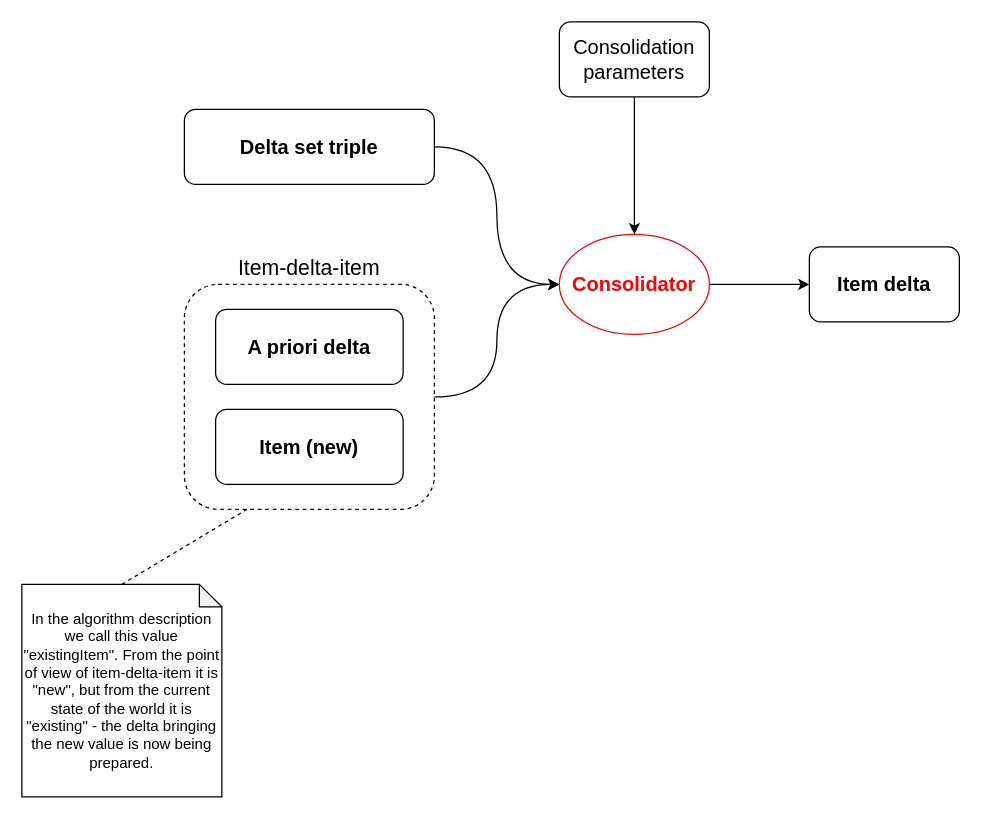
Before: midpoint/midprivacy/phases/01-data-provenance-prototype/processing/model/plain/mapping-sets/item consolidation.drawio in Evolveum/docs, a draw.io diagram. Source tidied: cells renumbered, new cells numbered last; positions are measured from the earlier drawing's top-left corner, leaving out a move shared by most shapes. Both pictures are drawn from the tidied source at 125%, with x=0, y=0 at pixel (21, 21).
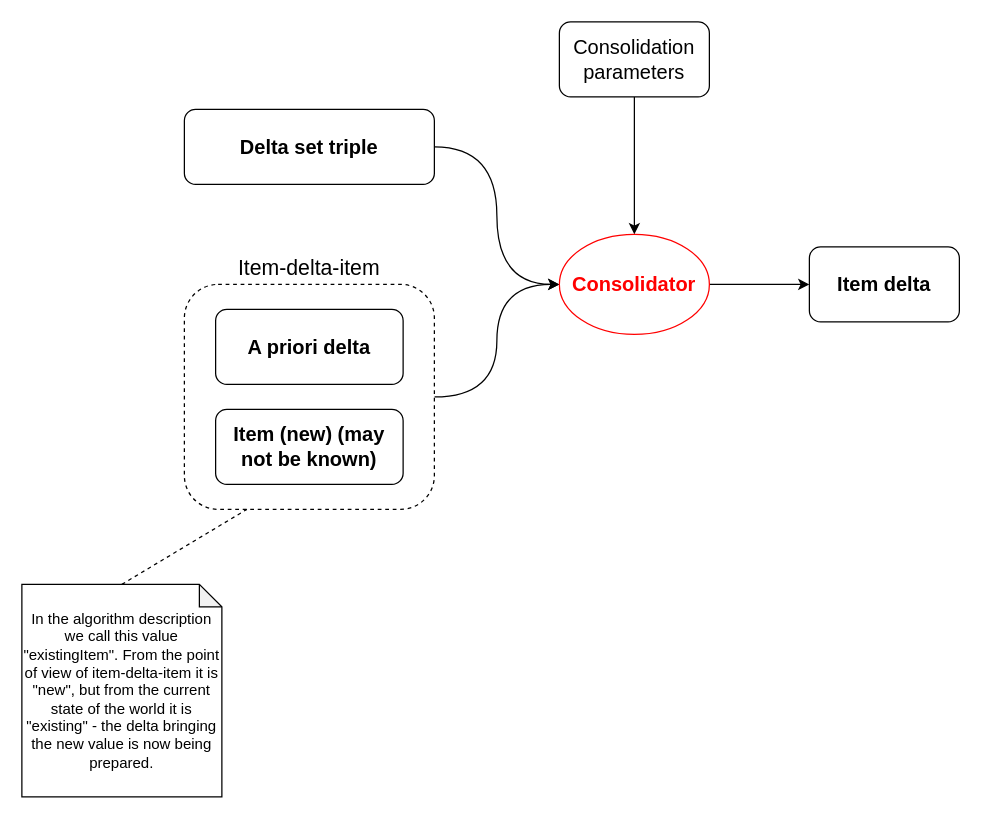
After the change.

Commit message (it also covers changes not shown here):
Update consolidation algorithm description

Change to the diagram source:
```diff
@@
 <mxGraphModel>
   <root>
     <mxCell id="0" />
     <mxCell id="1" parent="0" />
     <mxCell id="2" style="edgeStyle=orthogonalEdgeStyle;curved=1;rounded=0;jettySize=auto;html=1;exitX=1;exitY=0.5;exitDx=0;exitDy=0;" parent="1" edge="1" source="3" target="9">
       <mxGeometry relative="1" as="geometry" />
     </mxCell>
     <mxCell id="3" value="&lt;font style=&quot;font-size: 17px&quot;&gt;Item-delta-item&lt;/font&gt;" style="rounded=1;whiteSpace=wrap;html=1;labelPosition=center;verticalLabelPosition=top;align=center;verticalAlign=bottom;dashed=1;" parent="1" vertex="1">
       <mxGeometry x="130" y="210" width="200" height="180" as="geometry" />
     </mxCell>
-    <mxCell id="4" value="Item (new)" style="rounded=1;whiteSpace=wrap;html=1;fontSize=16;fontStyle=1;" parent="1" vertex="1">
+    <mxCell id="4" value="Item (new) (may not be known)" style="rounded=1;whiteSpace=wrap;html=1;fontSize=16;fontStyle=1;" parent="1" vertex="1">
       <mxGeometry x="155" y="310" width="150" height="60" as="geometry" />
     </mxCell>
     <mxCell id="5" style="edgeStyle=orthogonalEdgeStyle;rounded=0;jettySize=auto;html=1;exitX=1;exitY=0.5;exitDx=0;exitDy=0;entryX=0;entryY=0.5;entryDx=0;entryDy=0;curved=1;" parent="1" edge="1" source="6" target="9">
       <mxGeometry relative="1" as="geometry" />
     </mxCell>
     <mxCell id="6" value="Delta set triple" style="rounded=1;whiteSpace=wrap;html=1;fontSize=16;fontStyle=1;" parent="1" vertex="1">
       <mxGeometry x="130" y="70" width="200" height="60" as="geometry" />
     </mxCell>
     <mxCell id="7" value="A priori delta" style="rounded=1;whiteSpace=wrap;html=1;fontSize=16;fontStyle=1;" parent="1" vertex="1">
       <mxGeometry x="155" y="230" width="150" height="60" as="geometry" />
     </mxCell>
     <mxCell id="8" style="edgeStyle=orthogonalEdgeStyle;rounded=0;jettySize=auto;html=1;exitX=1;exitY=0.5;exitDx=0;exitDy=0;entryX=0;entryY=0.5;entryDx=0;entryDy=0;" parent="1" edge="1" source="9" target="12">
       <mxGeometry relative="1" as="geometry" />
     </mxCell>
     <mxCell id="9" value="&lt;div&gt;Consolidator&lt;/div&gt;" style="ellipse;whiteSpace=wrap;html=1;fontSize=16;fontColor=#FF0000;fontStyle=1;strokeColor=#FF0000;" parent="1" vertex="1">
       <mxGeometry x="430" y="170" width="120" height="80" as="geometry" />
     </mxCell>
     <mxCell id="10" style="edgeStyle=orthogonalEdgeStyle;rounded=0;jettySize=auto;html=1;exitX=0.5;exitY=1;exitDx=0;exitDy=0;entryX=0.5;entryY=0;entryDx=0;entryDy=0;" parent="1" edge="1" source="11" target="9">
       <mxGeometry relative="1" as="geometry" />
     </mxCell>
     <mxCell id="11" value="Consolidation parameters" style="rounded=1;whiteSpace=wrap;html=1;fontSize=16;" parent="1" vertex="1">
       <mxGeometry x="430" width="120" height="60" as="geometry" />
     </mxCell>
     <mxCell id="12" value="Item delta" style="rounded=1;whiteSpace=wrap;html=1;fontSize=16;fontStyle=1;" parent="1" vertex="1">
       <mxGeometry x="630" y="180" width="120" height="60" as="geometry" />
     </mxCell>
     <mxCell id="13" style="rounded=0;jettySize=auto;html=1;exitX=0.5;exitY=0;exitDx=0;exitDy=0;exitPerimeter=0;entryX=0.25;entryY=1;entryDx=0;entryDy=0;dashed=1;endArrow=none;endFill=0;" parent="1" edge="1" source="14" target="3">
       <mxGeometry relative="1" as="geometry" />
     </mxCell>
     <mxCell id="14" value="In the algorithm description we call this value &quot;existingItem&quot;. From the point of view of item-delta-item it is &quot;new&quot;, but from the current state of the world it is &quot;existing&quot; - the delta bringing the new value is now being prepared." style="shape=note;whiteSpace=wrap;html=1;backgroundOutline=1;darkOpacity=0.05;size=18;" parent="1" vertex="1">
       <mxGeometry y="450" width="160" height="170" as="geometry" />
     </mxCell>
   </root>
 </mxGraphModel>
```
